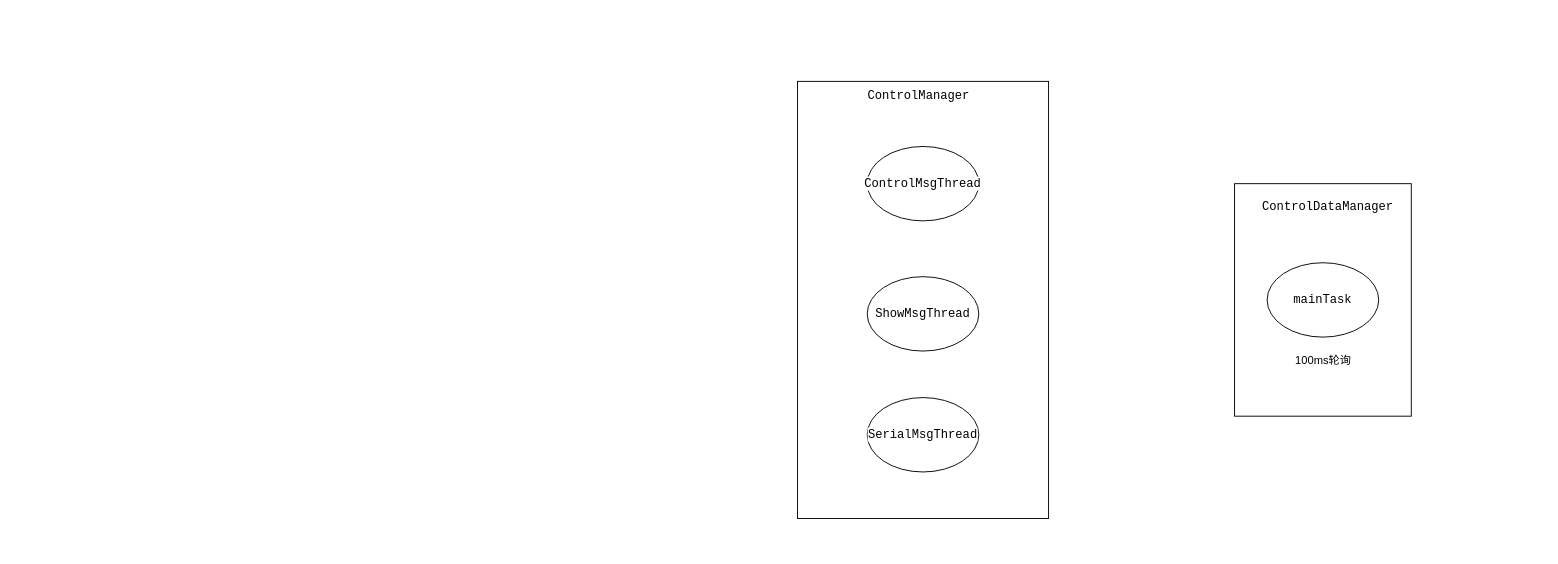
Before: Control_Server.drawio in zhangmeizhen/test2, a draw.io diagram. Source tidied: cells renumbered, new cells numbered last; positions are measured from the earlier drawing's top-left corner, leaving out a move shared by most shapes. Both pictures are drawn from the tidied source at 93%, with x=0, y=0 at pixel (797, 72).
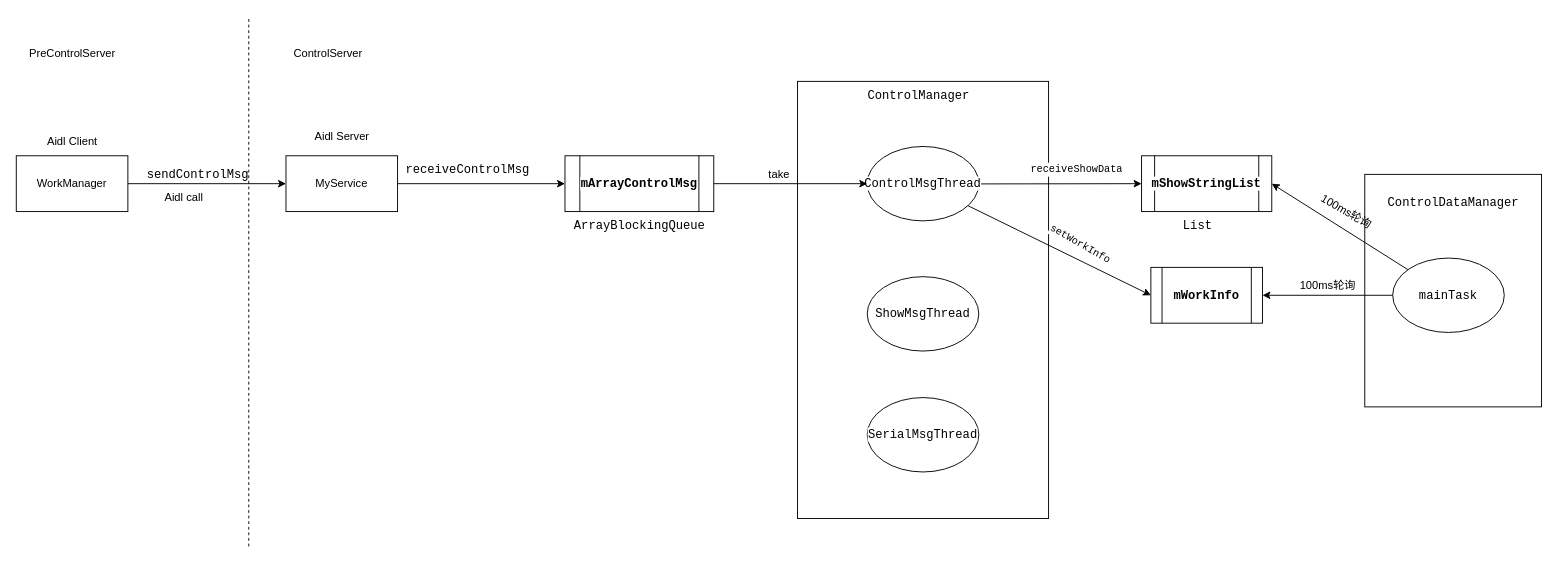
The same diagram, later.

The change refers to these unchanged cells:
```xml
<mxCell id="4" value="&lt;pre style=&quot;background-color: rgb(255 , 255 , 255) ; font-family: &amp;#34;jetbrains mono&amp;#34; , monospace ; font-size: 9.8pt&quot;&gt;ControlMsgThread&lt;/pre&gt;" style="ellipse;whiteSpace=wrap;html=1;" parent="1" vertex="1">
  <mxGeometry x="75" y="80" width="120" height="80" as="geometry" />
</mxCell>
```

Diff of the diagram source:
```diff
@@
+    <mxCell id="11" style="rounded=0;jettySize=auto;html=1;entryX=0;entryY=0.5;entryDx=0;entryDy=0;" parent="1" edge="1" source="4" target="14">
+      <mxGeometry relative="1" as="geometry" />
+    </mxCell>
+    <mxCell id="12" style="edgeStyle=none;rounded=0;jettySize=auto;html=1;entryX=0;entryY=0.5;entryDx=0;entryDy=0;" parent="1" edge="1" source="4" target="20">
+      <mxGeometry relative="1" as="geometry" />
+    </mxCell>
@@
+    <mxCell id="13" style="group;" parent="1" vertex="1">
+      <mxGeometry x="610" y="110" width="190" height="250" as="geometry" />
+    </mxCell>
-    <mxCell id="7" style="rounded=0;whiteSpace=wrap;html=1;" parent="1" vertex="1">
-      <mxGeometry x="470" y="120" width="190" height="250" as="geometry" />
+    <mxCell id="7" style="rounded=0;whiteSpace=wrap;html=1;" parent="13" vertex="1">
+      <mxGeometry width="190" height="250" as="geometry" />
     </mxCell>
-    <mxCell id="8" value="&lt;pre style=&quot;background-color: rgb(255 , 255 , 255) ; font-family: &amp;#34;jetbrains mono&amp;#34; , monospace ; font-size: 9.8pt&quot;&gt;mainTask&lt;/pre&gt;" style="ellipse;whiteSpace=wrap;html=1;" parent="1" vertex="1">
-      <mxGeometry x="505" y="205" width="120" height="80" as="geometry" />
+    <mxCell id="8" value="&lt;pre style=&quot;background-color: rgb(255 , 255 , 255) ; font-family: &amp;#34;jetbrains mono&amp;#34; , monospace ; font-size: 9.8pt&quot;&gt;mainTask&lt;/pre&gt;" style="ellipse;whiteSpace=wrap;html=1;" parent="13" vertex="1">
+      <mxGeometry x="30" y="90" width="120" height="80" as="geometry" />
     </mxCell>
-    <mxCell id="9" value="&lt;pre style=&quot;background-color: rgb(255 , 255 , 255) ; font-family: &amp;#34;jetbrains mono&amp;#34; , monospace ; font-size: 9.8pt&quot;&gt;ControlDataManager&lt;/pre&gt;" style="text;html=1;align=center;verticalAlign=middle;strokeColor=none;" parent="1" vertex="1">
-      <mxGeometry x="500" y="120" width="140" height="50" as="geometry" />
+    <mxCell id="9" value="&lt;pre style=&quot;background-color: rgb(255 , 255 , 255) ; font-family: &amp;#34;jetbrains mono&amp;#34; , monospace ; font-size: 9.8pt&quot;&gt;ControlDataManager&lt;/pre&gt;" style="text;html=1;align=center;verticalAlign=middle;strokeColor=none;" parent="13" vertex="1">
+      <mxGeometry x="25" y="5" width="140" height="50" as="geometry" />
     </mxCell>
+    <mxCell id="14" value="&lt;pre style=&quot;background-color: rgb(255 , 255 , 255) ; font-family: &amp;#34;jetbrains mono&amp;#34; , monospace ; font-size: 9.8pt&quot;&gt;&lt;span style=&quot;font-weight: bold&quot;&gt;mWorkInfo&lt;/span&gt;&lt;/pre&gt;" style="shape=process;whiteSpace=wrap;html=1;backgroundOutline=1;" parent="1" vertex="1">
+      <mxGeometry x="380" y="210" width="120" height="60" as="geometry" />
+    </mxCell>
+    <mxCell id="15" style="edgeStyle=orthogonalEdgeStyle;rounded=0;jettySize=auto;html=1;entryX=1;entryY=0.5;entryDx=0;entryDy=0;" parent="1" edge="1" source="8" target="14">
+      <mxGeometry relative="1" as="geometry" />
+    </mxCell>
     <mxCell id="10" value="100ms轮询" style="text;html=1;align=center;verticalAlign=middle;strokeColor=none;" parent="1" vertex="1">
-      <mxGeometry x="525" y="300" width="80" height="20" as="geometry" />
+      <mxGeometry x="530" y="220" width="80" height="20" as="geometry" />
     </mxCell>
+    <mxCell id="16" style="edgeStyle=none;rounded=0;jettySize=auto;html=1;entryX=0;entryY=0.5;entryDx=0;entryDy=0;" parent="1" edge="1" source="17" target="4">
+      <mxGeometry relative="1" as="geometry" />
+    </mxCell>
+    <mxCell id="17" value="&lt;pre style=&quot;background-color: rgb(255 , 255 , 255) ; font-family: &amp;#34;jetbrains mono&amp;#34; , monospace ; font-size: 9.8pt&quot;&gt;&lt;span style=&quot;font-weight: bold&quot;&gt;mArrayControlMsg&lt;/span&gt;&lt;/pre&gt;" style="shape=process;whiteSpace=wrap;html=1;backgroundOutline=1;" parent="1" vertex="1">
+      <mxGeometry x="-250" y="90" width="160" height="60" as="geometry" />
+    </mxCell>
+    <mxCell id="18" value="take" style="text;html=1;align=center;verticalAlign=middle;strokeColor=none;" parent="1" vertex="1">
+      <mxGeometry x="-40" y="100" width="40" height="20" as="geometry" />
+    </mxCell>
+    <mxCell id="19" value="&lt;pre style=&quot;background-color: rgb(255 , 255 , 255) ; font-family: &amp;#34;jetbrains mono&amp;#34; , monospace ; font-size: 9.8pt&quot;&gt;ArrayBlockingQueue&lt;/pre&gt;" style="text;html=1;align=center;verticalAlign=middle;strokeColor=none;" parent="1" vertex="1">
+      <mxGeometry x="-240" y="140" width="140" height="50" as="geometry" />
+    </mxCell>
+    <mxCell id="20" value="&lt;pre style=&quot;background-color: rgb(255 , 255 , 255) ; font-family: &amp;#34;jetbrains mono&amp;#34; , monospace ; font-size: 9.8pt&quot;&gt;&lt;span style=&quot;font-weight: bold&quot;&gt;mShowStringList&lt;/span&gt;&lt;/pre&gt;" style="shape=process;whiteSpace=wrap;html=1;backgroundOutline=1;" parent="1" vertex="1">
+      <mxGeometry x="370" y="90" width="140" height="60" as="geometry" />
+    </mxCell>
+    <mxCell id="21" style="edgeStyle=none;rounded=0;jettySize=auto;html=1;entryX=1;entryY=0.5;entryDx=0;entryDy=0;" parent="1" edge="1" source="8" target="20">
+      <mxGeometry relative="1" as="geometry" />
+    </mxCell>
+    <mxCell id="22" value="100ms轮询" style="text;html=1;align=center;verticalAlign=middle;strokeColor=none;rotation=30;" parent="1" vertex="1">
+      <mxGeometry x="550" y="140" width="80" height="20" as="geometry" />
+    </mxCell>
+    <mxCell id="23" value="&lt;pre style=&quot;background-color: rgb(255 , 255 , 255) ; font-family: &amp;#34;jetbrains mono&amp;#34; , monospace&quot;&gt;&lt;font style=&quot;font-size: 11px&quot;&gt;setWorkInfo&lt;/font&gt;&lt;/pre&gt;" style="text;html=1;align=center;verticalAlign=middle;strokeColor=none;rotation=30;" parent="1" vertex="1">
+      <mxGeometry x="264" y="165" width="80" height="40" as="geometry" />
+    </mxCell>
+    <mxCell id="24" value="&lt;pre style=&quot;background-color: rgb(255 , 255 , 255) ; font-family: &amp;#34;jetbrains mono&amp;#34; , monospace&quot;&gt;&lt;font style=&quot;font-size: 11px&quot;&gt;receiveShowData&lt;/font&gt;&lt;/pre&gt;" style="text;html=1;align=center;verticalAlign=middle;strokeColor=none;" parent="1" vertex="1">
+      <mxGeometry x="245" y="85" width="110" height="40" as="geometry" />
+    </mxCell>
+    <mxCell id="25" value="&lt;pre style=&quot;background-color: rgb(255 , 255 , 255) ; font-family: &amp;#34;jetbrains mono&amp;#34; , monospace ; font-size: 9.8pt&quot;&gt;List&lt;/pre&gt;" style="text;html=1;align=center;verticalAlign=middle;strokeColor=none;" parent="1" vertex="1">
+      <mxGeometry x="410" y="140" width="40" height="50" as="geometry" />
+    </mxCell>
+    <mxCell id="26" style="edgeStyle=none;rounded=0;jettySize=auto;html=1;entryX=0;entryY=0.5;entryDx=0;entryDy=0;" parent="1" edge="1" source="27" target="17">
+      <mxGeometry relative="1" as="geometry" />
+    </mxCell>
+    <mxCell id="27" value="MyService" style="rounded=0;whiteSpace=wrap;html=1;" parent="1" vertex="1">
+      <mxGeometry x="-550" y="90" width="120" height="60" as="geometry" />
+    </mxCell>
+    <mxCell id="28" value="Aidl Server" style="text;html=1;align=center;verticalAlign=middle;strokeColor=none;" parent="1" vertex="1">
+      <mxGeometry x="-530" y="60" width="80" height="20" as="geometry" />
+    </mxCell>
+    <mxCell id="29" value="&lt;pre style=&quot;background-color: rgb(255 , 255 , 255) ; font-family: &amp;#34;jetbrains mono&amp;#34; , monospace ; font-size: 9.8pt&quot;&gt;receiveControlMsg&lt;/pre&gt;" style="text;html=1;align=center;verticalAlign=middle;strokeColor=none;" parent="1" vertex="1">
+      <mxGeometry x="-420" y="80" width="130" height="50" as="geometry" />
+    </mxCell>
+    <mxCell id="30" style="edgeStyle=none;rounded=0;jettySize=auto;html=1;entryX=0;entryY=0.5;entryDx=0;entryDy=0;" parent="1" edge="1" source="31" target="27">
+      <mxGeometry relative="1" as="geometry" />
+    </mxCell>
+    <mxCell id="31" value="WorkManager" style="rounded=0;whiteSpace=wrap;html=1;" parent="1" vertex="1">
+      <mxGeometry x="-840" y="90" width="120" height="60" as="geometry" />
+    </mxCell>
+    <mxCell id="32" value="&lt;pre style=&quot;background-color: rgb(255 , 255 , 255) ; font-family: &amp;#34;jetbrains mono&amp;#34; , monospace ; font-size: 9.8pt&quot;&gt;sendControlMsg&lt;/pre&gt;" style="text;html=1;align=center;verticalAlign=middle;strokeColor=none;" parent="1" vertex="1">
+      <mxGeometry x="-700" y="85" width="110" height="50" as="geometry" />
+    </mxCell>
+    <mxCell id="33" value="Aidl Client" style="text;html=1;align=center;verticalAlign=middle;strokeColor=none;" parent="1" vertex="1">
+      <mxGeometry x="-815" y="65" width="70" height="20" as="geometry" />
+    </mxCell>
+    <mxCell id="34" value="Aidl call" style="text;html=1;align=center;verticalAlign=middle;strokeColor=none;" parent="1" vertex="1">
+      <mxGeometry x="-690" y="125" width="60" height="20" as="geometry" />
+    </mxCell>
+    <mxCell id="35" style="endArrow=none;dashed=1;html=1;" parent="1" edge="1">
+      <mxGeometry relative="1" as="geometry">
+        <mxPoint x="-590" y="510" as="sourcePoint" />
+        <mxPoint x="-590" y="-60" as="targetPoint" />
+      </mxGeometry>
+    </mxCell>
+    <mxCell id="36" value="PreControlServer" style="text;html=1;align=center;verticalAlign=middle;strokeColor=none;" parent="1" vertex="1">
+      <mxGeometry x="-835" y="-30" width="110" height="20" as="geometry" />
+    </mxCell>
+    <mxCell id="37" value="ControlServer" style="text;html=1;align=center;verticalAlign=middle;strokeColor=none;" parent="1" vertex="1">
+      <mxGeometry x="-550" y="-30" width="90" height="20" as="geometry" />
+    </mxCell>
```
